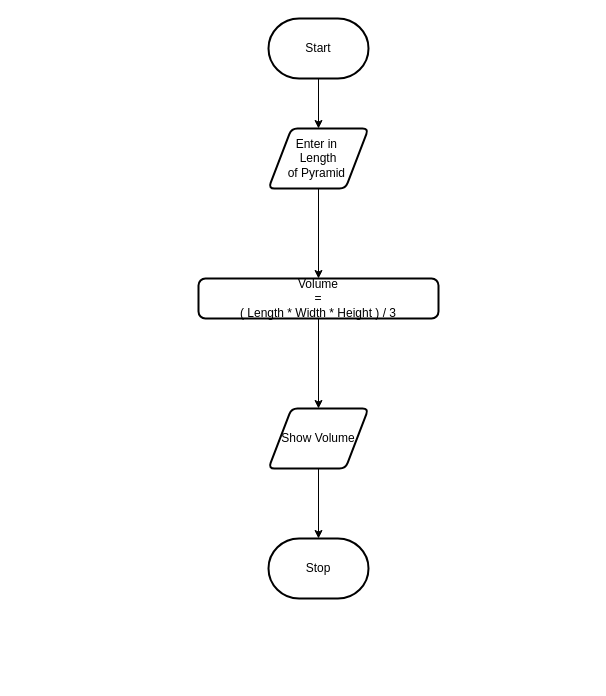
Above: design/flowchart.drawio in MTHS-ICS2O-2-2022/ICS2O-Unit-3-02-Osamah-Hasan (draw.io), before the change. Source tidied: cells renumbered, new cells numbered last; positions are measured from the earlier drawing's top-left corner, leaving out a move shared by most shapes. Both pictures are drawn from the tidied source at 100%, with x=0, y=0 at pixel (198, 18).
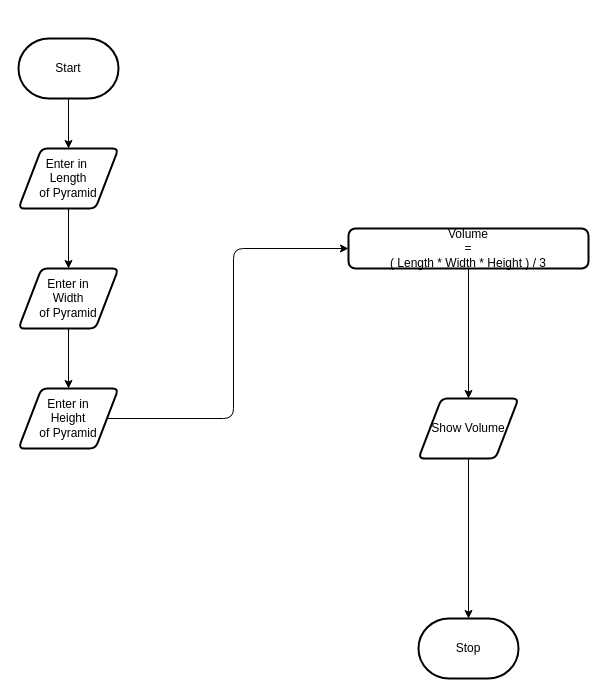
The same page after the edit.

What changed in the source:
```diff
@@
 <mxGraphModel>
   <root>
     <mxCell id="0" />
     <mxCell id="1" parent="0" />
     <mxCell id="2" style="edgeStyle=none;html=1;entryX=0.5;entryY=0;entryDx=0;entryDy=0;" parent="1" edge="1" source="3" target="6">
       <mxGeometry relative="1" as="geometry" />
     </mxCell>
     <mxCell id="3" value="Start" style="strokeWidth=2;html=1;shape=mxgraph.flowchart.terminator;whiteSpace=wrap;" parent="1" vertex="1">
-      <mxGeometry x="70" width="100" height="60" as="geometry" />
+      <mxGeometry x="-180" y="20" width="100" height="60" as="geometry" />
     </mxCell>
     <mxCell id="4" value="Stop" style="strokeWidth=2;html=1;shape=mxgraph.flowchart.terminator;whiteSpace=wrap;" parent="1" vertex="1">
-      <mxGeometry x="70" y="520" width="100" height="60" as="geometry" />
+      <mxGeometry x="220" y="600" width="100" height="60" as="geometry" />
     </mxCell>
-    <mxCell id="5" style="edgeStyle=orthogonalEdgeStyle;shape=connector;rounded=0;html=1;labelBackgroundColor=default;strokeColor=default;fontFamily=Helvetica;fontSize=12;fontColor=default;endArrow=classic;" parent="1" edge="1" source="6" target="8">
-      <mxGeometry relative="1" as="geometry" />
-    </mxCell>
+    <mxCell id="11" style="edgeStyle=orthogonalEdgeStyle;html=1;" parent="1" edge="1" source="6" target="13">
+      <mxGeometry relative="1" as="geometry" />
+    </mxCell>
-    <mxCell id="6" value="Enter in&amp;nbsp;&lt;br&gt;Length&lt;br&gt;of Pyramid&amp;nbsp;" style="shape=parallelogram;html=1;strokeWidth=2;perimeter=parallelogramPerimeter;whiteSpace=wrap;rounded=1;arcSize=12;size=0.23;" parent="1" vertex="1">
-      <mxGeometry x="70" y="110" width="100" height="60" as="geometry" />
+    <mxCell id="6" value="Enter in&amp;nbsp;&lt;br&gt;Length&lt;br&gt;of Pyramid" style="shape=parallelogram;html=1;strokeWidth=2;perimeter=parallelogramPerimeter;whiteSpace=wrap;rounded=1;arcSize=12;size=0.23;" parent="1" vertex="1">
+      <mxGeometry x="-180" y="130" width="100" height="60" as="geometry" />
     </mxCell>
     <mxCell id="7" style="edgeStyle=orthogonalEdgeStyle;shape=connector;rounded=0;html=1;labelBackgroundColor=default;strokeColor=default;fontFamily=Helvetica;fontSize=12;fontColor=default;endArrow=classic;" parent="1" edge="1" source="8" target="10">
       <mxGeometry relative="1" as="geometry" />
     </mxCell>
     <mxCell id="8" value="Volume &lt;br&gt;= &lt;br&gt;( Length * Width * Height ) / 3" style="rounded=1;whiteSpace=wrap;html=1;absoluteArcSize=1;arcSize=14;strokeWidth=2;" parent="1" vertex="1">
-      <mxGeometry y="260" width="240" height="40" as="geometry" />
+      <mxGeometry x="150" y="210" width="240" height="40" as="geometry" />
     </mxCell>
     <mxCell id="9" style="edgeStyle=orthogonalEdgeStyle;shape=connector;rounded=0;html=1;labelBackgroundColor=default;strokeColor=default;fontFamily=Helvetica;fontSize=12;fontColor=default;endArrow=classic;" parent="1" edge="1" source="10" target="4">
       <mxGeometry relative="1" as="geometry" />
     </mxCell>
     <mxCell id="10" value="Show Volume" style="shape=parallelogram;html=1;strokeWidth=2;perimeter=parallelogramPerimeter;whiteSpace=wrap;rounded=1;arcSize=12;size=0.23;strokeColor=default;fontFamily=Helvetica;fontSize=12;fontColor=default;fillColor=default;" parent="1" vertex="1">
-      <mxGeometry x="70" y="390" width="100" height="60" as="geometry" />
+      <mxGeometry x="220" y="380" width="100" height="60" as="geometry" />
     </mxCell>
+    <mxCell id="12" style="edgeStyle=orthogonalEdgeStyle;html=1;entryX=0.5;entryY=0;entryDx=0;entryDy=0;" parent="1" edge="1" source="13" target="15">
+      <mxGeometry relative="1" as="geometry" />
+    </mxCell>
+    <mxCell id="13" value="Enter in &lt;br&gt;Width &lt;br&gt;of Pyramid" style="shape=parallelogram;html=1;strokeWidth=2;perimeter=parallelogramPerimeter;whiteSpace=wrap;rounded=1;arcSize=12;size=0.23;" parent="1" vertex="1">
+      <mxGeometry x="-180" y="250" width="100" height="60" as="geometry" />
+    </mxCell>
+    <mxCell id="14" style="edgeStyle=orthogonalEdgeStyle;html=1;entryX=0;entryY=0.5;entryDx=0;entryDy=0;" parent="1" edge="1" source="15" target="8">
+      <mxGeometry relative="1" as="geometry" />
+    </mxCell>
+    <mxCell id="15" value="Enter in&lt;br&gt;Height&lt;br&gt;of Pyramid" style="shape=parallelogram;html=1;strokeWidth=2;perimeter=parallelogramPerimeter;whiteSpace=wrap;rounded=1;arcSize=12;size=0.23;" parent="1" vertex="1">
+      <mxGeometry x="-180" y="370" width="100" height="60" as="geometry" />
+    </mxCell>
   </root>
 </mxGraphModel>
```
